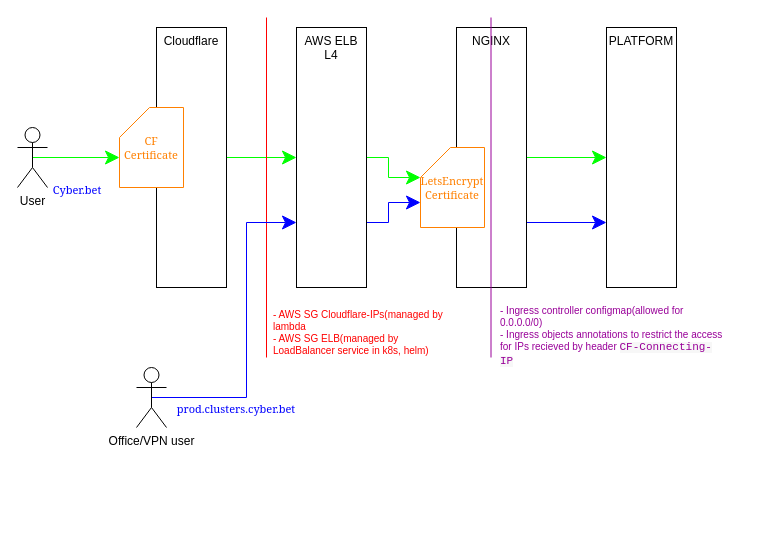
Earlier version of the draw.io diagram users-traffic-http-routing.drawio (kpbll/draw.io). Source tidied: cells renumbered, new cells numbered last; positions are measured from the earlier drawing's top-left corner, leaving out a move shared by most shapes. Both pictures are drawn from the tidied source at 100%, with x=0, y=0 at pixel (17, 17).
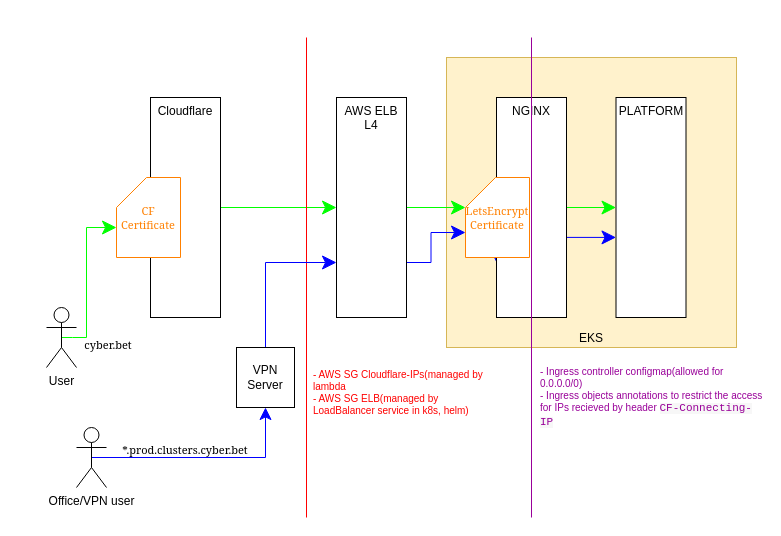
After the change.

Change to the diagram source:
```diff
@@
+    <mxCell id="24" value="EKS" style="whiteSpace=wrap;html=1;fillColor=#fff2cc;strokeColor=#d6b656;verticalAlign=bottom;" parent="1" vertex="1">
+      <mxGeometry x="429" y="40" width="290" height="290" as="geometry" />
+    </mxCell>
     <mxCell id="2" style="edgeStyle=orthogonalEdgeStyle;rounded=0;jettySize=auto;html=1;exitX=0.5;exitY=0.5;exitDx=0;exitDy=0;exitPerimeter=0;entryX=0;entryY=0;entryDx=0;entryDy=50;fontFamily=Georgia;fontSize=11;fontColor=#990099;startSize=12;endSize=12;strokeColor=#00FF00;entryPerimeter=0;" parent="1" edge="1" source="3" target="20">
-      <mxGeometry relative="1" as="geometry" />
+      <mxGeometry relative="1" as="geometry">
+        <Array as="points">
+          <mxPoint x="55" y="320" />
+          <mxPoint x="69" y="320" />
+          <mxPoint x="69" y="170" />
+        </Array>
+      </mxGeometry>
     </mxCell>
     <mxCell id="3" value="User" style="shape=umlActor;verticalLabelPosition=bottom;verticalAlign=top;html=1;outlineConnect=0;" parent="1" vertex="1">
-      <mxGeometry y="110" width="30" height="60" as="geometry" />
+      <mxGeometry x="29" y="290" width="30" height="60" as="geometry" />
     </mxCell>
-    <mxCell id="4" style="edgeStyle=orthogonalEdgeStyle;rounded=0;jettySize=auto;html=1;exitX=1;exitY=0.5;exitDx=0;exitDy=0;entryX=0;entryY=0.5;entryDx=0;entryDy=0;fontFamily=Georgia;fontSize=11;fontColor=#990099;startSize=12;endSize=12;strokeColor=#00FF00;" parent="1" edge="1" source="5" target="9">
+    <mxCell id="4" style="edgeStyle=orthogonalEdgeStyle;rounded=0;jettySize=auto;html=1;exitX=1;exitY=0.5;exitDx=0;exitDy=0;fontFamily=Georgia;fontSize=11;fontColor=#990099;startSize=12;endSize=12;strokeColor=#00FF00;entryX=0;entryY=0.5;entryDx=0;entryDy=0;" parent="1" edge="1" source="5" target="9">
       <mxGeometry relative="1" as="geometry" />
     </mxCell>
     <mxCell id="5" value="Cloudflare" style="rounded=0;whiteSpace=wrap;html=1;verticalAlign=top;" parent="1" vertex="1">
-      <mxGeometry x="139" y="10" width="70" height="260" as="geometry" />
+      <mxGeometry x="133" y="80" width="70" height="220" as="geometry" />
     </mxCell>
@@
     <mxCell id="9" value="AWS ELB L4" style="rounded=0;whiteSpace=wrap;html=1;verticalAlign=top;" parent="1" vertex="1">
-      <mxGeometry x="279" y="10" width="70" height="260" as="geometry" />
+      <mxGeometry x="319" y="80" width="70" height="220" as="geometry" />
     </mxCell>
@@
-    <mxCell id="11" style="edgeStyle=orthogonalEdgeStyle;rounded=0;jettySize=auto;html=1;exitX=1;exitY=0.75;exitDx=0;exitDy=0;entryX=0;entryY=0.75;entryDx=0;entryDy=0;fontFamily=Georgia;fontSize=11;fontColor=#990099;startSize=12;endSize=12;strokeColor=#0000FF;" parent="1" edge="1" source="12" target="15">
-      <mxGeometry relative="1" as="geometry" />
+    <mxCell id="11" style="edgeStyle=orthogonalEdgeStyle;rounded=0;jettySize=auto;html=1;exitX=1;exitY=0.75;exitDx=0;exitDy=0;entryX=0;entryY=0.636;entryDx=0;entryDy=0;fontFamily=Georgia;fontSize=11;fontColor=#990099;startSize=12;endSize=12;strokeColor=#0000FF;entryPerimeter=0;" parent="1" edge="1" source="12" target="15">
+      <mxGeometry relative="1" as="geometry">
+        <Array as="points">
+          <mxPoint x="549" y="220" />
+        </Array>
+      </mxGeometry>
     </mxCell>
     <mxCell id="12" value="NGINX" style="rounded=0;whiteSpace=wrap;html=1;verticalAlign=top;" parent="1" vertex="1">
-      <mxGeometry x="439" y="10" width="70" height="260" as="geometry" />
+      <mxGeometry x="479" y="80" width="70" height="220" as="geometry" />
     </mxCell>
     <mxCell id="13" style="endArrow=none;html=1;rounded=0;fontColor=#FF0000;spacing=5;strokeColor=#FF0000;endSize=12;startSize=12;" parent="1" edge="1">
       <mxGeometry relative="1" as="geometry">
-        <mxPoint x="249" y="340" as="sourcePoint" />
-        <mxPoint x="249" as="targetPoint" />
+        <mxPoint x="289" y="500" as="sourcePoint" />
+        <mxPoint x="289" y="20" as="targetPoint" />
       </mxGeometry>
     </mxCell>
     <mxCell id="14" value="- AWS SG Cloudflare-IPs(managed by lambda&lt;br style=&quot;font-size: 10px&quot;&gt;&lt;div style=&quot;font-size: 10px&quot;&gt;&lt;span style=&quot;font-size: 10px&quot;&gt;- AWS SG ELB(managed by LoadBalancer service in k8s, helm)&amp;nbsp;&lt;/span&gt;&lt;/div&gt;" style="text;html=1;strokeColor=none;fillColor=none;align=left;verticalAlign=middle;whiteSpace=wrap;rounded=0;fontColor=#FF0000;fontSize=10;" parent="1" vertex="1">
-      <mxGeometry x="254" y="290" width="185" height="50" as="geometry" />
+      <mxGeometry x="294" y="350" width="185" height="50" as="geometry" />
     </mxCell>
     <mxCell id="15" value="PLATFORM" style="rounded=0;whiteSpace=wrap;html=1;verticalAlign=top;" parent="1" vertex="1">
-      <mxGeometry x="589" y="10" width="70" height="260" as="geometry" />
+      <mxGeometry x="598.5" y="80" width="70" height="220" as="geometry" />
     </mxCell>
     <mxCell id="16" style="endArrow=none;html=1;rounded=0;fontColor=#990099;spacing=5;strokeColor=#990099;endSize=12;startSize=12;" parent="1" edge="1">
       <mxGeometry relative="1" as="geometry">
-        <mxPoint x="473.5" y="340" as="sourcePoint" />
-        <mxPoint x="473.5" as="targetPoint" />
+        <mxPoint x="514" y="500" as="sourcePoint" />
+        <mxPoint x="514" y="20" as="targetPoint" />
       </mxGeometry>
     </mxCell>
     <mxCell id="17" value="- Ingress controller configmap(allowed for 0.0.0.0/0)&lt;br&gt;- Ingress objects annotations to restrict the access for IPs recieved by header&amp;nbsp;&lt;span style=&quot;font-family: monospace, monospace; background-color: rgb(247, 247, 247);&quot;&gt;&lt;font style=&quot;font-size: 11px&quot;&gt;CF-Connecting-IP&lt;/font&gt;&lt;/span&gt;" style="text;html=1;strokeColor=none;fillColor=none;align=left;verticalAlign=middle;whiteSpace=wrap;rounded=0;fontColor=#990099;fontSize=10;" parent="1" vertex="1">
-      <mxGeometry x="481" y="294" width="225" height="50" as="geometry" />
+      <mxGeometry x="521" y="355" width="225" height="50" as="geometry" />
     </mxCell>
-    <mxCell id="18" style="edgeStyle=orthogonalEdgeStyle;rounded=0;jettySize=auto;html=1;exitX=0.5;exitY=0.5;exitDx=0;exitDy=0;exitPerimeter=0;entryX=0;entryY=0.75;entryDx=0;entryDy=0;fontFamily=Georgia;fontSize=11;fontColor=#990099;startSize=12;endSize=12;strokeColor=#0000FF;" parent="1" edge="1" source="19" target="9">
+    <mxCell id="18" style="edgeStyle=orthogonalEdgeStyle;rounded=0;jettySize=auto;html=1;exitX=0.5;exitY=0.5;exitDx=0;exitDy=0;exitPerimeter=0;entryX=0;entryY=0.75;entryDx=0;entryDy=0;fontFamily=Georgia;fontSize=11;fontColor=#990099;startSize=12;endSize=12;strokeColor=#0000FF;startArrow=none;" parent="1" edge="1" source="26" target="9">
       <mxGeometry relative="1" as="geometry">
         <Array as="points">
-          <mxPoint x="229" y="380" />
-          <mxPoint x="229" y="205" />
+          <mxPoint x="248" y="245" />
         </Array>
       </mxGeometry>
     </mxCell>
+    <mxCell id="25" style="edgeStyle=orthogonalEdgeStyle;rounded=0;jettySize=auto;html=1;exitX=0.5;exitY=0.5;exitDx=0;exitDy=0;exitPerimeter=0;entryX=0.5;entryY=1;entryDx=0;entryDy=0;fontColor=#0000CC;strokeColor=#0000FF;strokeWidth=1;startSize=10;endSize=10;" parent="1" edge="1" source="19" target="26">
+      <mxGeometry relative="1" as="geometry" />
+    </mxCell>
     <mxCell id="19" value="Office/VPN user" style="shape=umlActor;verticalLabelPosition=bottom;verticalAlign=top;html=1;outlineConnect=0;" parent="1" vertex="1">
-      <mxGeometry x="119" y="350" width="30" height="60" as="geometry" />
+      <mxGeometry x="59" y="410" width="30" height="60" as="geometry" />
     </mxCell>
     <mxCell id="20" value="&lt;font color=&quot;#ff8000&quot;&gt;CF Certificate&lt;/font&gt;" style="shape=card;whiteSpace=wrap;html=1;fontFamily=Georgia;fontSize=11;fontColor=#990099;strokeColor=#FF8000;" parent="1" vertex="1">
-      <mxGeometry x="102" y="90" width="64" height="80" as="geometry" />
+      <mxGeometry x="99" y="160" width="64" height="80" as="geometry" />
     </mxCell>
     <mxCell id="21" value="&lt;font color=&quot;#ff8000&quot;&gt;LetsEncrypt Certificate&lt;/font&gt;" style="shape=card;whiteSpace=wrap;html=1;fontFamily=Georgia;fontSize=11;fontColor=#990099;strokeColor=#FF8000;" parent="1" vertex="1">
-      <mxGeometry x="403" y="130" width="64" height="80" as="geometry" />
+      <mxGeometry x="448" y="160" width="64" height="80" as="geometry" />
     </mxCell>
-    <mxCell id="22" value="&lt;font color=&quot;#0000ff&quot;&gt;Cyber.bet&lt;/font&gt;" style="text;html=1;strokeColor=none;fillColor=none;align=center;verticalAlign=middle;whiteSpace=wrap;rounded=0;fontFamily=Georgia;fontSize=11;fontColor=#FF8000;" parent="1" vertex="1">
-      <mxGeometry x="30" y="157" width="60" height="30" as="geometry" />
+    <mxCell id="22" value="&lt;font color=&quot;#000000&quot;&gt;cyber.bet&lt;/font&gt;" style="text;html=1;strokeColor=none;fillColor=none;align=center;verticalAlign=middle;whiteSpace=wrap;rounded=0;fontFamily=Georgia;fontSize=11;fontColor=#FF8000;" parent="1" vertex="1">
+      <mxGeometry x="61" y="312" width="60" height="30" as="geometry" />
     </mxCell>
-    <mxCell id="23" value="&lt;font color=&quot;#0000ff&quot;&gt;prod.clusters.cyber.bet&lt;/font&gt;" style="text;html=1;strokeColor=none;fillColor=none;align=center;verticalAlign=middle;whiteSpace=wrap;rounded=0;fontFamily=Georgia;fontSize=11;fontColor=#FF8000;" parent="1" vertex="1">
-      <mxGeometry x="189" y="376" width="60" height="30" as="geometry" />
+    <mxCell id="23" value="&lt;font color=&quot;#000000&quot;&gt;*.prod.clusters.cyber.bet&lt;/font&gt;" style="text;html=1;strokeColor=none;fillColor=none;align=center;verticalAlign=middle;whiteSpace=wrap;rounded=0;fontFamily=Georgia;fontSize=11;fontColor=#FF8000;" parent="1" vertex="1">
+      <mxGeometry x="138" y="417" width="60" height="30" as="geometry" />
     </mxCell>
+    <mxCell id="26" value="VPN Server" style="rounded=0;whiteSpace=wrap;html=1;fontColor=#000000;" parent="1" vertex="1">
+      <mxGeometry x="219" y="330" width="58" height="60" as="geometry" />
+    </mxCell>
```
